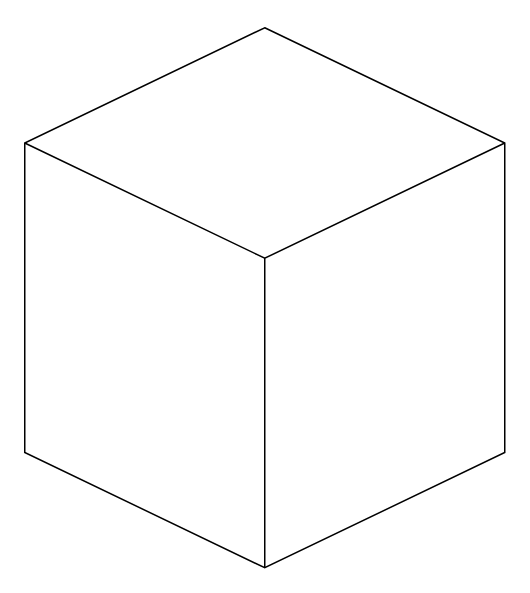
Above: Untitled Diagram.drawio in ADharaUTEXAS123007/SIREN2 (draw.io), before the change. Source tidied: cells renumbered, new cells numbered last; positions are measured from the earlier drawing's top-left corner, leaving out a move shared by most shapes. Both pictures are drawn from the tidied source at 150%, with x=0, y=0 at pixel (24, 27).
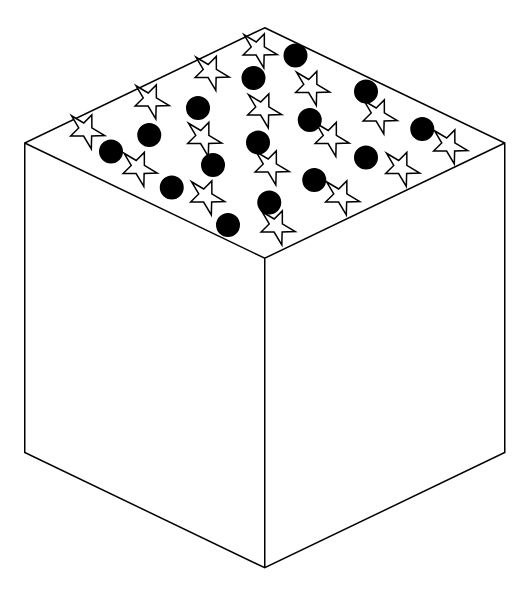
The same diagram, later.

What changed in the source:
```diff
@@
+    <mxCell id="3" style="verticalLabelPosition=bottom;verticalAlign=top;html=1;shape=mxgraph.basic.star;rotation=-45;" parent="1" vertex="1">
+      <mxGeometry x="157" y="119" width="20" height="25" as="geometry" />
+    </mxCell>
+    <mxCell id="4" style="verticalLabelPosition=bottom;verticalAlign=top;html=1;shape=mxgraph.basic.star;rotation=-45;" parent="1" vertex="1">
+      <mxGeometry x="200" y="99" width="20" height="25" as="geometry" />
+    </mxCell>
+    <mxCell id="5" style="verticalLabelPosition=bottom;verticalAlign=top;html=1;shape=mxgraph.basic.star;rotation=-45;" parent="1" vertex="1">
+      <mxGeometry x="240" y="80" width="20" height="25" as="geometry" />
+    </mxCell>
+    <mxCell id="6" style="verticalLabelPosition=bottom;verticalAlign=top;html=1;shape=mxgraph.basic.star;rotation=-45;" parent="1" vertex="1">
+      <mxGeometry x="272" y="65" width="20" height="25" as="geometry" />
+    </mxCell>
+    <mxCell id="7" style="verticalLabelPosition=bottom;verticalAlign=top;html=1;shape=mxgraph.basic.star;rotation=-45;" parent="1" vertex="1">
+      <mxGeometry x="110" y="99" width="20" height="25" as="geometry" />
+    </mxCell>
+    <mxCell id="8" style="verticalLabelPosition=bottom;verticalAlign=top;html=1;shape=mxgraph.basic.star;rotation=-45;" parent="1" vertex="1">
+      <mxGeometry x="153" y="79" width="20" height="25" as="geometry" />
+    </mxCell>
+    <mxCell id="9" style="verticalLabelPosition=bottom;verticalAlign=top;html=1;shape=mxgraph.basic.star;rotation=-45;" parent="1" vertex="1">
+      <mxGeometry x="193" y="60" width="20" height="25" as="geometry" />
+    </mxCell>
+    <mxCell id="10" style="verticalLabelPosition=bottom;verticalAlign=top;html=1;shape=mxgraph.basic.star;rotation=-45;" parent="1" vertex="1">
+      <mxGeometry x="225" y="45" width="20" height="25" as="geometry" />
+    </mxCell>
+    <mxCell id="11" style="verticalLabelPosition=bottom;verticalAlign=top;html=1;shape=mxgraph.basic.star;rotation=-45;" parent="1" vertex="1">
+      <mxGeometry x="65" y="80" width="20" height="25" as="geometry" />
+    </mxCell>
+    <mxCell id="12" style="verticalLabelPosition=bottom;verticalAlign=top;html=1;shape=mxgraph.basic.star;rotation=-45;" parent="1" vertex="1">
+      <mxGeometry x="108" y="60" width="20" height="25" as="geometry" />
+    </mxCell>
+    <mxCell id="13" style="verticalLabelPosition=bottom;verticalAlign=top;html=1;shape=mxgraph.basic.star;rotation=-45;" parent="1" vertex="1">
+      <mxGeometry x="148" y="41" width="20" height="25" as="geometry" />
+    </mxCell>
+    <mxCell id="14" style="verticalLabelPosition=bottom;verticalAlign=top;html=1;shape=mxgraph.basic.star;rotation=-45;" parent="1" vertex="1">
+      <mxGeometry x="180" y="26" width="20" height="25" as="geometry" />
+    </mxCell>
+    <mxCell id="15" style="verticalLabelPosition=bottom;verticalAlign=top;html=1;shape=mxgraph.basic.star;rotation=-45;" parent="1" vertex="1">
+      <mxGeometry x="30" y="55" width="20" height="25" as="geometry" />
+    </mxCell>
+    <mxCell id="16" style="verticalLabelPosition=bottom;verticalAlign=top;html=1;shape=mxgraph.basic.star;rotation=-45;" parent="1" vertex="1">
+      <mxGeometry x="73" y="35" width="20" height="25" as="geometry" />
+    </mxCell>
+    <mxCell id="17" style="verticalLabelPosition=bottom;verticalAlign=top;html=1;shape=mxgraph.basic.star;rotation=-45;" parent="1" vertex="1">
+      <mxGeometry x="113" y="16" width="20" height="25" as="geometry" />
+    </mxCell>
+    <mxCell id="18" style="verticalLabelPosition=bottom;verticalAlign=top;html=1;shape=mxgraph.basic.star;rotation=-45;" parent="1" vertex="1">
+      <mxGeometry x="145" y="1" width="20" height="25" as="geometry" />
+    </mxCell>
+    <mxCell id="19" style="ellipse;whiteSpace=wrap;html=1;rotation=-45;fillColor=#000000;" parent="1" vertex="1">
+      <mxGeometry x="50" y="75" width="15" height="15" as="geometry" />
+    </mxCell>
+    <mxCell id="20" style="ellipse;whiteSpace=wrap;html=1;rotation=-45;fillColor=#000000;" parent="1" vertex="1">
+      <mxGeometry x="75.5" y="64" width="15" height="15" as="geometry" />
+    </mxCell>
+    <mxCell id="21" style="ellipse;whiteSpace=wrap;html=1;rotation=-45;fillColor=#000000;" parent="1" vertex="1">
+      <mxGeometry x="108" y="46" width="15" height="15" as="geometry" />
+    </mxCell>
+    <mxCell id="22" style="ellipse;whiteSpace=wrap;html=1;rotation=-45;fillColor=#000000;" parent="1" vertex="1">
+      <mxGeometry x="145" y="26" width="15" height="15" as="geometry" />
+    </mxCell>
+    <mxCell id="23" style="ellipse;whiteSpace=wrap;html=1;rotation=-45;fillColor=#000000;" parent="1" vertex="1">
+      <mxGeometry x="173" y="11" width="15" height="15" as="geometry" />
+    </mxCell>
+    <mxCell id="24" style="ellipse;whiteSpace=wrap;html=1;rotation=-45;fillColor=#000000;" parent="1" vertex="1">
+      <mxGeometry x="90.5" y="99" width="15" height="15" as="geometry" />
+    </mxCell>
+    <mxCell id="25" style="ellipse;whiteSpace=wrap;html=1;rotation=-45;fillColor=#000000;" parent="1" vertex="1">
+      <mxGeometry x="118" y="84" width="15" height="15" as="geometry" />
+    </mxCell>
+    <mxCell id="26" style="ellipse;whiteSpace=wrap;html=1;rotation=-45;fillColor=#000000;" parent="1" vertex="1">
+      <mxGeometry x="148" y="69" width="15" height="15" as="geometry" />
+    </mxCell>
+    <mxCell id="27" style="ellipse;whiteSpace=wrap;html=1;rotation=-45;fillColor=#000000;" parent="1" vertex="1">
+      <mxGeometry x="182.5" y="54" width="15" height="15" as="geometry" />
+    </mxCell>
+    <mxCell id="28" style="ellipse;whiteSpace=wrap;html=1;rotation=-45;fillColor=#000000;" parent="1" vertex="1">
+      <mxGeometry x="220" y="35" width="15" height="15" as="geometry" />
+    </mxCell>
+    <mxCell id="29" style="ellipse;whiteSpace=wrap;html=1;rotation=-45;fillColor=#000000;" parent="1" vertex="1">
+      <mxGeometry x="128" y="124" width="15" height="15" as="geometry" />
+    </mxCell>
+    <mxCell id="30" style="ellipse;whiteSpace=wrap;html=1;rotation=-45;fillColor=#000000;" parent="1" vertex="1">
+      <mxGeometry x="155.5" y="109" width="15" height="15" as="geometry" />
+    </mxCell>
+    <mxCell id="31" style="ellipse;whiteSpace=wrap;html=1;rotation=-45;fillColor=#000000;" parent="1" vertex="1">
+      <mxGeometry x="185.5" y="94" width="15" height="15" as="geometry" />
+    </mxCell>
+    <mxCell id="32" style="ellipse;whiteSpace=wrap;html=1;rotation=-45;fillColor=#000000;" parent="1" vertex="1">
+      <mxGeometry x="220" y="79" width="15" height="15" as="geometry" />
+    </mxCell>
+    <mxCell id="33" style="ellipse;whiteSpace=wrap;html=1;rotation=-45;fillColor=#000000;" parent="1" vertex="1">
+      <mxGeometry x="257.5" y="60" width="15" height="15" as="geometry" />
+    </mxCell>
```
